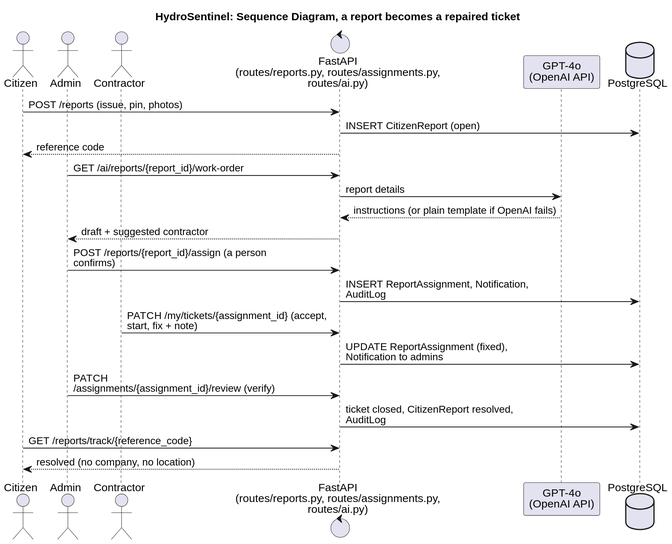
Earlier version of the PlantUML export docs/a5/uml/ISJ107V_A5_Q3.3_Sequence.svg (Malodeity/hydrosentinel). Source of this version:
```plantuml
@startuml
skinparam shadowing false
skinparam dpi 150
skinparam defaultFontName Helvetica
skinparam maxMessageSize 260
skinparam sequenceMessageAlign left
title HydroSentinel: Sequence Diagram, a report becomes a repaired ticket

actor Citizen
actor Admin
actor Contractor
control "FastAPI\n(routes/reports.py, routes/assignments.py,\nroutes/ai.py)" as API
participant "GPT-4o\n(OpenAI API)" as AI
database "PostgreSQL" as DB

Citizen -> API : POST /reports (issue, pin, photos)
API -> DB : INSERT CitizenReport (open)
API --> Citizen : reference code
Admin -> API : GET /ai/reports/{report_id}/work-order
API -> AI : report details
AI --> API : instructions (or plain template if OpenAI fails)
API --> Admin : draft + suggested contractor
Admin -> API : POST /reports/{report_id}/assign (a person confirms)
API -> DB : INSERT ReportAssignment, Notification, AuditLog
Contractor -> API : PATCH /my/tickets/{assignment_id} (accept, start, fix + note)
API -> DB : UPDATE ReportAssignment (fixed), Notification to admins
Admin -> API : PATCH /assignments/{assignment_id}/review (verify)
API -> DB : ticket closed, CitizenReport resolved, AuditLog
Citizen -> API : GET /reports/track/{reference_code}
API --> Citizen : resolved (no company, no location)
@enduml
```
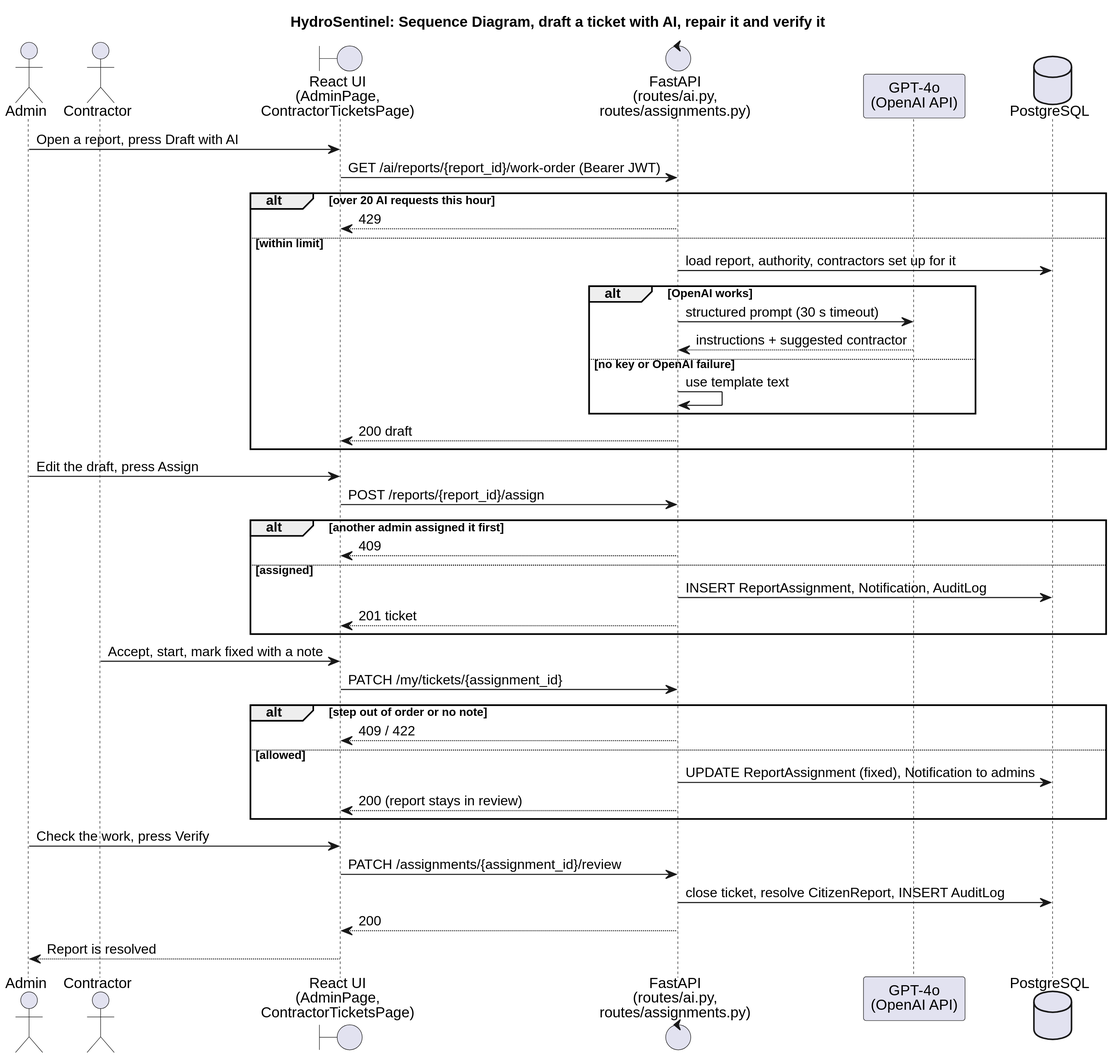
Later version of the same file.

What changed in the source:
```diff
@@ -1,31 +1,49 @@
 @startuml
 skinparam shadowing false
-skinparam dpi 150
+skinparam dpi 200
 skinparam defaultFontName Helvetica
-skinparam maxMessageSize 260
-skinparam sequenceMessageAlign left
-title HydroSentinel: Sequence Diagram, a report becomes a repaired ticket
+title HydroSentinel: Sequence Diagram, draft a ticket with AI, repair it and verify it
 
-actor Citizen
 actor Admin
 actor Contractor
-control "FastAPI\n(routes/reports.py, routes/assignments.py,\nroutes/ai.py)" as API
+boundary "React UI\n(AdminPage,\nContractorTicketsPage)" as UI
+control "FastAPI\n(routes/ai.py,\nroutes/assignments.py)" as API
 participant "GPT-4o\n(OpenAI API)" as AI
 database "PostgreSQL" as DB
 
-Citizen -> API : POST /reports (issue, pin, photos)
-API -> DB : INSERT CitizenReport (open)
-API --> Citizen : reference code
-Admin -> API : GET /ai/reports/{report_id}/work-order
-API -> AI : report details
-AI --> API : instructions (or plain template if OpenAI fails)
-API --> Admin : draft + suggested contractor
-Admin -> API : POST /reports/{report_id}/assign (a person confirms)
-API -> DB : INSERT ReportAssignment, Notification, AuditLog
-Contractor -> API : PATCH /my/tickets/{assignment_id} (accept, start, fix + note)
-API -> DB : UPDATE ReportAssignment (fixed), Notification to admins
-Admin -> API : PATCH /assignments/{assignment_id}/review (verify)
-API -> DB : ticket closed, CitizenReport resolved, AuditLog
-Citizen -> API : GET /reports/track/{reference_code}
-API --> Citizen : resolved (no company, no location)
+Admin -> UI : Open a report, press Draft with AI
+UI -> API : GET /ai/reports/{report_id}/work-order (Bearer JWT)
+alt over 20 AI requests this hour
+  API --> UI : 429
+else within limit
+  API -> DB : load report, authority, contractors set up for it
+  alt OpenAI works
+    API -> AI : structured prompt (30 s timeout)
+    AI --> API : instructions + suggested contractor
+  else no key or OpenAI failure
+    API -> API : use template text
+  end
+  API --> UI : 200 draft
+end
+Admin -> UI : Edit the draft, press Assign
+UI -> API : POST /reports/{report_id}/assign
+alt another admin assigned it first
+  API --> UI : 409
+else assigned
+  API -> DB : INSERT ReportAssignment, Notification, AuditLog
+  API --> UI : 201 ticket
+end
+Contractor -> UI : Accept, start, mark fixed with a note
+UI -> API : PATCH /my/tickets/{assignment_id}
+alt step out of order or no note
+  API --> UI : 409 / 422
+else allowed
+  API -> DB : UPDATE ReportAssignment (fixed), Notification to admins
+  API --> UI : 200 (report stays in review)
+end
+Admin -> UI : Check the work, press Verify
+UI -> API : PATCH /assignments/{assignment_id}/review
+API -> DB : close ticket, resolve CitizenReport, INSERT AuditLog
+API --> UI : 200
+UI --> Admin : Report is resolved
 @enduml
```
